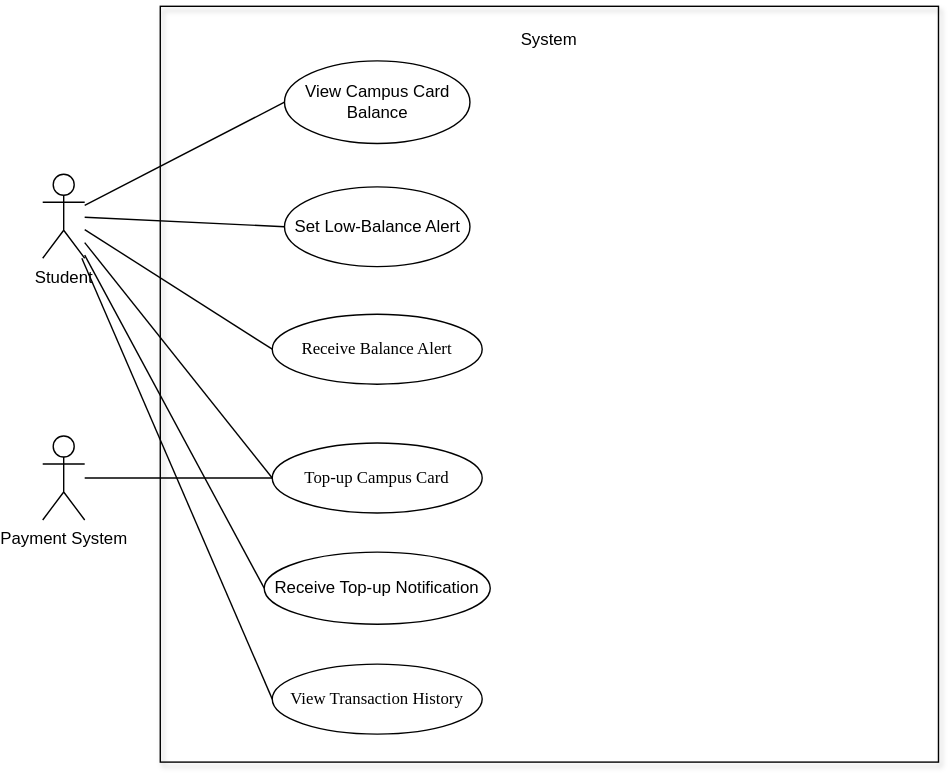
The draw.io diagram Assignment2/diagrams/CampusCardUseCase.svg in qianlinnian/se_sad_project, before a commit. Source tidied: cells renumbered, new cells last; positions are measured from the earlier drawing's top-left corner, leaving out a move shared by most shapes. Source of this version:
```xml
<mxGraphModel>
  <root>
    <mxCell id="0" />
    <mxCell id="1" parent="0" />
    <mxCell id="2" style="html=1;whiteSpace=wrap;fillColor=none;shadow=1;" parent="1" vertex="1">
      <mxGeometry x="84" width="556" height="540" as="geometry" />
    </mxCell>
    <mxCell id="3" value="Payment System" style="shape=umlActor;verticalLabelPosition=bottom;verticalAlign=top;html=1;outlineConnect=0;" parent="1" vertex="1">
      <mxGeometry y="307" width="30" height="60" as="geometry" />
    </mxCell>
    <mxCell id="4" value="Student" style="shape=umlActor;verticalLabelPosition=bottom;verticalAlign=top;html=1;outlineConnect=0;" parent="1" vertex="1">
      <mxGeometry y="120" width="30" height="60" as="geometry" />
    </mxCell>
    <mxCell id="5" value="&lt;div style=&quot;&quot;&gt;&lt;font face=&quot;Verdana&quot;&gt;Top-up Campus Card&lt;/font&gt;&lt;/div&gt;" style="ellipse;whiteSpace=wrap;html=1;align=center;" parent="1" vertex="1">
      <mxGeometry x="164" y="312" width="150" height="50" as="geometry" />
    </mxCell>
    <mxCell id="6" value="View Campus Card Balance" style="ellipse;whiteSpace=wrap;html=1;" parent="1" vertex="1">
      <mxGeometry x="172.8" y="39" width="132.5" height="59" as="geometry" />
    </mxCell>
    <mxCell id="7" style="endArrow=none;endFill=0;endSize=12;html=1;rounded=0;entryX=0;entryY=0.5;entryDx=0;entryDy=0;" parent="1" edge="1" source="4" target="6">
      <mxGeometry relative="1" as="geometry" />
    </mxCell>
    <mxCell id="8" value="System" style="text;html=1;align=center;verticalAlign=middle;whiteSpace=wrap;rounded=0;" parent="1" vertex="1">
      <mxGeometry x="277" y="9" width="170" height="30" as="geometry" />
    </mxCell>
    <mxCell id="9" value="Set Low-Balance Alert" style="ellipse;whiteSpace=wrap;html=1;" parent="1" vertex="1">
      <mxGeometry x="172.8" y="129" width="132.5" height="57" as="geometry" />
    </mxCell>
    <mxCell id="10" style="endArrow=none;endFill=0;endSize=12;html=1;rounded=0;entryX=0;entryY=0.5;entryDx=0;entryDy=0;" parent="1" edge="1" source="4" target="9">
      <mxGeometry relative="1" as="geometry" />
    </mxCell>
    <mxCell id="11" value="Receive Top-up Notification" style="ellipse;whiteSpace=wrap;html=1;" parent="1" vertex="1">
      <mxGeometry x="158.2" y="390" width="161.5" height="51.5" as="geometry" />
    </mxCell>
    <mxCell id="12" value="&lt;div style=&quot;&quot;&gt;&lt;font face=&quot;Verdana&quot;&gt;Receive Balance Alert&lt;/font&gt;&lt;/div&gt;" style="ellipse;whiteSpace=wrap;html=1;align=center;" parent="1" vertex="1">
      <mxGeometry x="164" y="220" width="150" height="50" as="geometry" />
    </mxCell>
    <mxCell id="13" value="&lt;div style=&quot;&quot;&gt;&lt;font face=&quot;Verdana&quot;&gt;View Transaction History&lt;/font&gt;&lt;/div&gt;" style="ellipse;whiteSpace=wrap;html=1;align=center;" parent="1" vertex="1">
      <mxGeometry x="164" y="470" width="150" height="50" as="geometry" />
    </mxCell>
    <mxCell id="14" style="endArrow=none;endFill=0;endSize=12;html=1;rounded=0;entryX=0;entryY=0.5;entryDx=0;entryDy=0;" parent="1" edge="1" source="4" target="5">
      <mxGeometry relative="1" as="geometry" />
    </mxCell>
    <mxCell id="15" style="endArrow=none;endFill=0;endSize=12;html=1;rounded=0;entryX=0;entryY=0.5;entryDx=0;entryDy=0;" parent="1" edge="1" source="4" target="13">
      <mxGeometry relative="1" as="geometry" />
    </mxCell>
    <mxCell id="16" style="endArrow=none;endFill=0;endSize=12;html=1;rounded=0;entryX=0;entryY=0.5;entryDx=0;entryDy=0;" parent="1" edge="1" source="3" target="5">
      <mxGeometry relative="1" as="geometry" />
    </mxCell>
    <mxCell id="17" style="endArrow=none;endFill=0;endSize=12;html=1;rounded=0;entryX=0;entryY=0.5;entryDx=0;entryDy=0;" parent="1" edge="1" source="4" target="11">
      <mxGeometry relative="1" as="geometry" />
    </mxCell>
    <mxCell id="18" style="endArrow=none;endFill=0;endSize=12;html=1;rounded=0;entryX=0;entryY=0.5;entryDx=0;entryDy=0;" parent="1" edge="1" source="4" target="12">
      <mxGeometry relative="1" as="geometry" />
    </mxCell>
  </root>
</mxGraphModel>
```
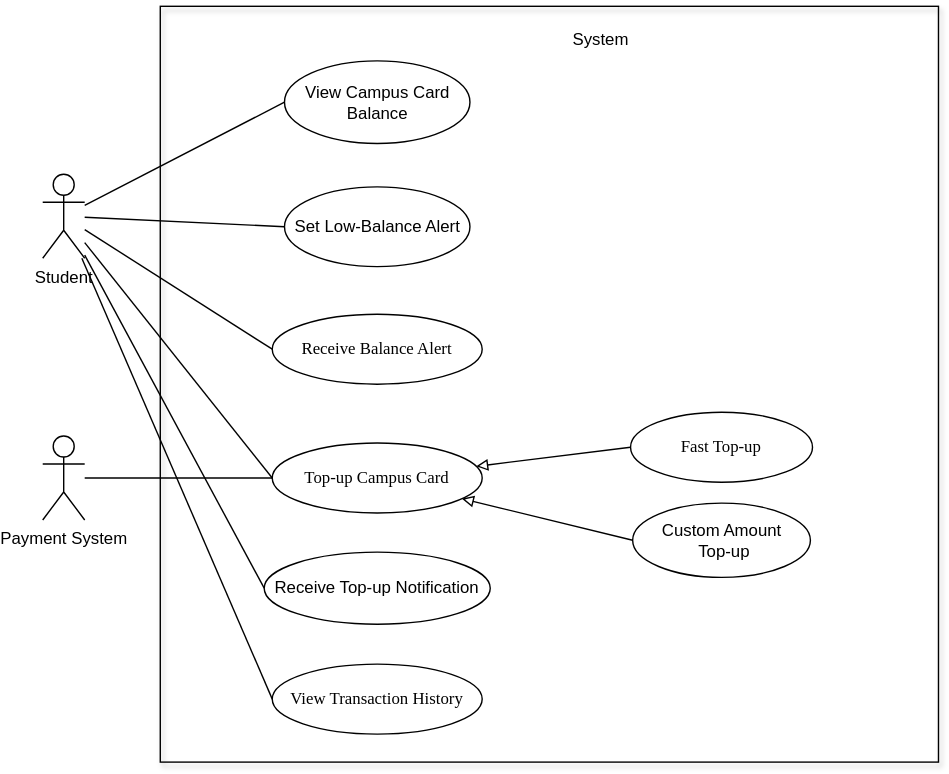
Above is the later version.

Diff of the diagram source:
```diff
@@ -21,7 +21,7 @@
       <mxGeometry relative="1" as="geometry" />
     </mxCell>
     <mxCell id="8" value="System" style="text;html=1;align=center;verticalAlign=middle;whiteSpace=wrap;rounded=0;" parent="1" vertex="1">
-      <mxGeometry x="277" y="9" width="170" height="30" as="geometry" />
+      <mxGeometry x="314" y="9" width="170" height="30" as="geometry" />
     </mxCell>
     <mxCell id="9" value="Set Low-Balance Alert" style="ellipse;whiteSpace=wrap;html=1;" parent="1" vertex="1">
       <mxGeometry x="172.8" y="129" width="132.5" height="57" as="geometry" />
@@ -29,6 +29,9 @@
     <mxCell id="10" style="endArrow=none;endFill=0;endSize=12;html=1;rounded=0;entryX=0;entryY=0.5;entryDx=0;entryDy=0;" parent="1" edge="1" source="4" target="9">
       <mxGeometry relative="1" as="geometry" />
     </mxCell>
+    <mxCell id="19" value="Custom Amount&lt;div&gt;&amp;nbsp;Top-up&lt;/div&gt;" style="ellipse;whiteSpace=wrap;html=1;" parent="1" vertex="1">
+      <mxGeometry x="421.5" y="355" width="127" height="53" as="geometry" />
+    </mxCell>
     <mxCell id="11" value="Receive Top-up Notification" style="ellipse;whiteSpace=wrap;html=1;" parent="1" vertex="1">
       <mxGeometry x="158.2" y="390" width="161.5" height="51.5" as="geometry" />
     </mxCell>
@@ -38,6 +41,9 @@
     <mxCell id="13" value="&lt;div style=&quot;&quot;&gt;&lt;font face=&quot;Verdana&quot;&gt;View Transaction History&lt;/font&gt;&lt;/div&gt;" style="ellipse;whiteSpace=wrap;html=1;align=center;" parent="1" vertex="1">
       <mxGeometry x="164" y="470" width="150" height="50" as="geometry" />
     </mxCell>
+    <mxCell id="20" value="&lt;div style=&quot;&quot;&gt;&lt;font face=&quot;Verdana&quot;&gt;Fast Top-up&lt;/font&gt;&lt;/div&gt;" style="ellipse;whiteSpace=wrap;html=1;align=center;" parent="1" vertex="1">
+      <mxGeometry x="420" y="290" width="130" height="50" as="geometry" />
+    </mxCell>
     <mxCell id="14" style="endArrow=none;endFill=0;endSize=12;html=1;rounded=0;entryX=0;entryY=0.5;entryDx=0;entryDy=0;" parent="1" edge="1" source="4" target="5">
       <mxGeometry relative="1" as="geometry" />
     </mxCell>
@@ -47,6 +53,12 @@
     <mxCell id="16" style="endArrow=none;endFill=0;endSize=12;html=1;rounded=0;entryX=0;entryY=0.5;entryDx=0;entryDy=0;" parent="1" edge="1" source="3" target="5">
       <mxGeometry relative="1" as="geometry" />
     </mxCell>
+    <mxCell id="21" style="endArrow=none;html=1;rounded=0;entryX=0;entryY=0.5;entryDx=0;entryDy=0;startArrow=block;startFill=0;labelBackgroundColor=default;endFill=0;" parent="1" edge="1" source="5" target="19">
+      <mxGeometry x="-0.14" relative="1" as="geometry" />
+    </mxCell>
+    <mxCell id="22" style="endArrow=none;html=1;rounded=0;entryX=0;entryY=0.5;entryDx=0;entryDy=0;startArrow=block;startFill=0;labelBackgroundColor=default;endFill=0;" parent="1" edge="1" source="5" target="20">
+      <mxGeometry x="-0.14" relative="1" as="geometry" />
+    </mxCell>
     <mxCell id="17" style="endArrow=none;endFill=0;endSize=12;html=1;rounded=0;entryX=0;entryY=0.5;entryDx=0;entryDy=0;" parent="1" edge="1" source="4" target="11">
       <mxGeometry relative="1" as="geometry" />
     </mxCell>
```
